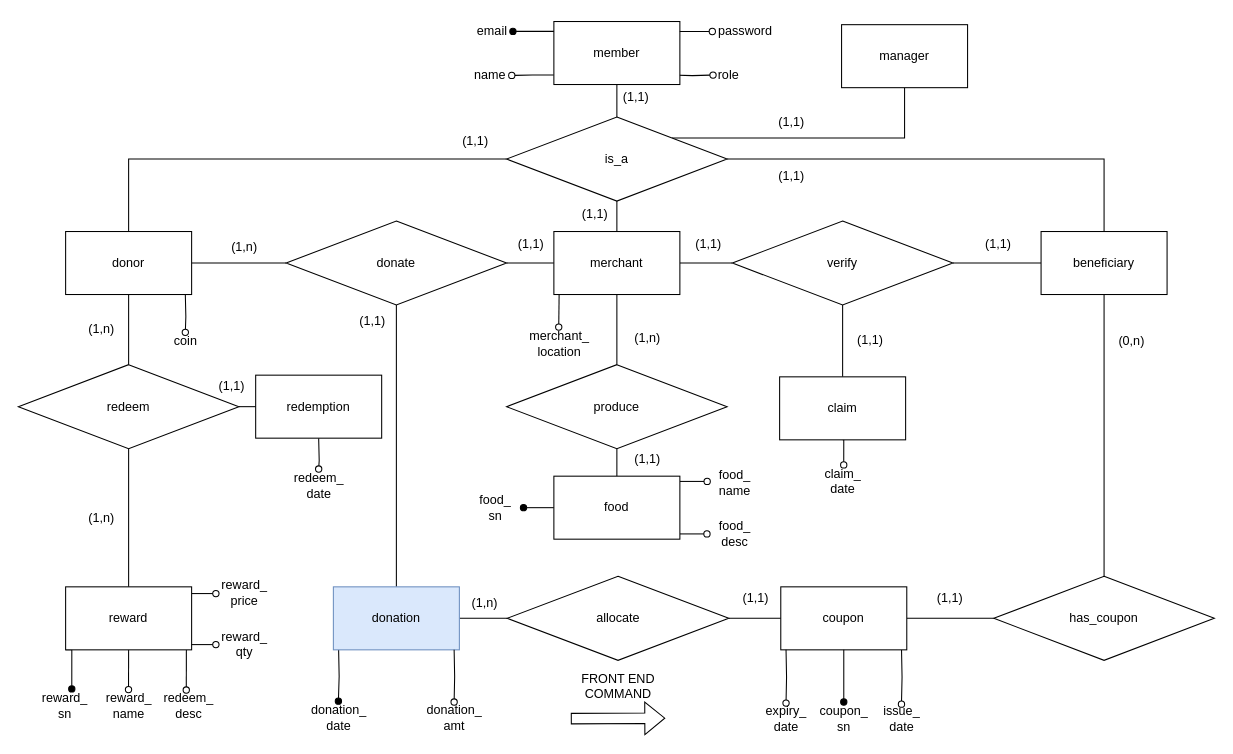
Before: sql/ERModel.drawio in zhermin/LaidLE, a draw.io diagram. Source tidied: cells renumbered, new cells numbered last; positions are measured from the earlier drawing's top-left corner, leaving out a move shared by most shapes. Both pictures are drawn from the tidied source at 105%, with x=0, y=0 at pixel (18, 21).
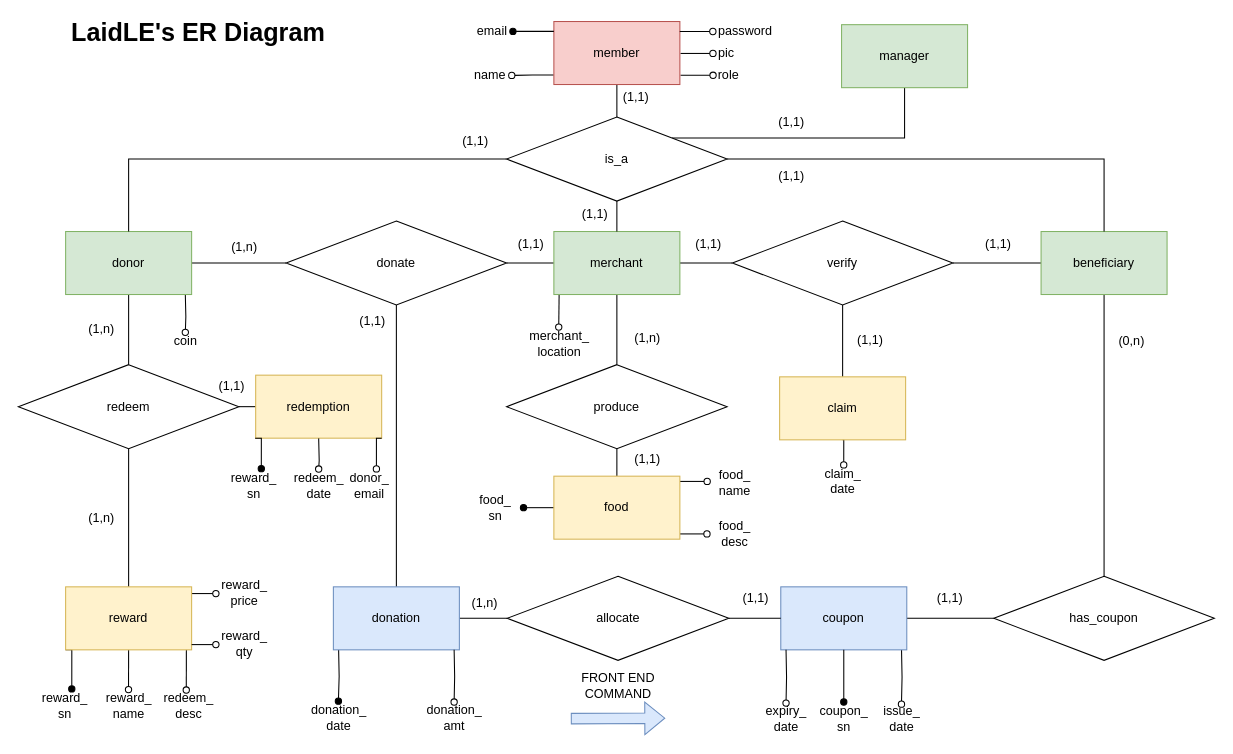
After the change.

Unchanged cells that the change refers to:
```xml
<mxCell id="32" value="role" style="text;html=1;align=center;verticalAlign=middle;points=[];strokeColor=none;fillColor=none;" parent="1" vertex="1">
  <mxGeometry x="661" y="42" width="30" height="18" as="geometry" />
</mxCell>
<mxCell id="38" value="password" style="text;html=1;align=center;verticalAlign=middle;points=[];strokeColor=none;fillColor=none;" parent="1" vertex="1">
  <mxGeometry x="661" width="61" height="18" as="geometry" />
</mxCell>
```

Diff of the diagram source:
```diff
@@
-    <mxCell id="5" value="donor" style="rounded=0;whiteSpace=wrap;html=1;" parent="1" vertex="1">
+    <mxCell id="5" value="donor" style="rounded=0;whiteSpace=wrap;html=1;fillColor=#d5e8d4;strokeColor=#82b366;" parent="1" vertex="1">
       <mxGeometry x="45" y="200" width="120" height="60" as="geometry" />
     </mxCell>
@@
-    <mxCell id="15" value="merchant" style="whiteSpace=wrap;html=1;rounded=0;" parent="1" vertex="1">
+    <mxCell id="15" value="merchant" style="whiteSpace=wrap;html=1;rounded=0;fillColor=#d5e8d4;strokeColor=#82b366;" parent="1" vertex="1">
       <mxGeometry x="510" y="200" width="120" height="60" as="geometry" />
     </mxCell>
@@
-    <mxCell id="20" value="beneficiary" style="whiteSpace=wrap;html=1;rounded=0;" parent="1" vertex="1">
+    <mxCell id="20" value="beneficiary" style="whiteSpace=wrap;html=1;rounded=0;fillColor=#d5e8d4;strokeColor=#82b366;" parent="1" vertex="1">
       <mxGeometry x="974" y="200" width="120" height="60" as="geometry" />
     </mxCell>
@@
-    <mxCell id="22" style="shape=flexArrow;endArrow=classic;html=1;rounded=0;" parent="1" edge="1">
+    <mxCell id="22" style="shape=flexArrow;endArrow=classic;html=1;rounded=0;fillColor=#dae8fc;strokeColor=#6c8ebf;" parent="1" edge="1">
       <mxGeometry relative="1" as="geometry">
         <mxPoint x="526.1" y="663.9" as="sourcePoint" />
         <mxPoint x="616.1" y="663.5" as="targetPoint" />
       </mxGeometry>
     </mxCell>
@@
-    <mxCell id="29" style="edgeStyle=orthogonalEdgeStyle;rounded=0;jettySize=auto;html=1;exitX=1;exitY=0.5;exitDx=0;exitDy=0;endArrow=oval;endFill=0;entryX=0.019;entryY=0.499;entryDx=0;entryDy=0;entryPerimeter=0;" parent="1" edge="1" target="32">
-      <mxGeometry relative="1" as="geometry">
-        <mxPoint x="621" y="51" as="sourcePoint" />
-      </mxGeometry>
+    <mxCell id="29" style="edgeStyle=orthogonalEdgeStyle;rounded=0;jettySize=auto;html=1;exitX=1.005;exitY=0.853;exitDx=0;exitDy=0;endArrow=oval;endFill=0;entryX=0.019;entryY=0.499;entryDx=0;entryDy=0;entryPerimeter=0;exitPerimeter=0;" parent="1" edge="1" source="31" target="32">
+      <mxGeometry relative="1" as="geometry" />
     </mxCell>
@@
-    <mxCell id="31" value="member" style="whiteSpace=wrap;html=1;rounded=0;" parent="1" vertex="1">
+    <mxCell id="31" value="member" style="whiteSpace=wrap;html=1;rounded=0;fillColor=#f8cecc;strokeColor=#b85450;" parent="1" vertex="1">
       <mxGeometry x="510" width="120" height="60" as="geometry" />
     </mxCell>
@@
-    <mxCell id="33" value="manager" style="rounded=0;whiteSpace=wrap;html=1;" parent="1" vertex="1">
+    <mxCell id="33" value="manager" style="rounded=0;whiteSpace=wrap;html=1;fillColor=#d5e8d4;strokeColor=#82b366;" parent="1" vertex="1">
       <mxGeometry x="784" y="3" width="120" height="60" as="geometry" />
     </mxCell>
@@
-    <mxCell id="37" style="edgeStyle=orthogonalEdgeStyle;rounded=0;jettySize=auto;html=1;endArrow=oval;endFill=0;entryX=-0.002;entryY=0.505;entryDx=0;entryDy=0;entryPerimeter=0;exitX=0.999;exitY=0.159;exitDx=0;exitDy=0;exitPerimeter=0;" parent="1" edge="1" source="31" target="38">
+    <mxCell id="37" style="edgeStyle=orthogonalEdgeStyle;rounded=0;jettySize=auto;html=1;endArrow=oval;endFill=0;entryX=0.007;entryY=0.519;entryDx=0;entryDy=0;entryPerimeter=0;exitX=0.999;exitY=0.159;exitDx=0;exitDy=0;exitPerimeter=0;" parent="1" edge="1" source="31" target="38">
       <mxGeometry relative="1" as="geometry" />
     </mxCell>
@@
-    <mxCell id="42" value="coupon" style="whiteSpace=wrap;html=1;" parent="1" vertex="1">
+    <mxCell id="42" value="coupon" style="whiteSpace=wrap;html=1;fillColor=#dae8fc;strokeColor=#6c8ebf;" parent="1" vertex="1">
       <mxGeometry x="726.1" y="538.4" width="120" height="60" as="geometry" />
     </mxCell>
@@
-    <mxCell id="71" value="claim" style="whiteSpace=wrap;html=1;" parent="1" vertex="1">
+    <mxCell id="71" value="claim" style="whiteSpace=wrap;html=1;fillColor=#fff2cc;strokeColor=#d6b656;" parent="1" vertex="1">
       <mxGeometry x="725" y="338.4" width="120" height="60" as="geometry" />
     </mxCell>
@@
-    <mxCell id="77" value="food" style="whiteSpace=wrap;html=1;rounded=0;" parent="1" vertex="1">
+    <mxCell id="77" value="food" style="whiteSpace=wrap;html=1;rounded=0;fillColor=#fff2cc;strokeColor=#d6b656;" parent="1" vertex="1">
       <mxGeometry x="510" y="433" width="120" height="60" as="geometry" />
     </mxCell>
@@
-    <mxCell id="86" value="redemption" style="rounded=0;whiteSpace=wrap;html=1;glass=0;" parent="1" vertex="1">
+    <mxCell id="86" value="redemption" style="rounded=0;whiteSpace=wrap;html=1;glass=0;fillColor=#fff2cc;strokeColor=#d6b656;" parent="1" vertex="1">
       <mxGeometry x="226" y="336.8" width="120" height="60" as="geometry" />
     </mxCell>
@@
-    <mxCell id="93" value="reward" style="rounded=0;whiteSpace=wrap;html=1;glass=0;" parent="1" vertex="1">
+    <mxCell id="93" value="reward" style="rounded=0;whiteSpace=wrap;html=1;glass=0;fillColor=#fff2cc;strokeColor=#d6b656;" parent="1" vertex="1">
       <mxGeometry x="45" y="538.4" width="120" height="60" as="geometry" />
     </mxCell>
@@
+    <mxCell id="104" style="edgeStyle=orthogonalEdgeStyle;rounded=0;jettySize=auto;html=1;exitX=1.006;exitY=0.556;exitDx=0;exitDy=0;endArrow=oval;endFill=0;entryX=0.019;entryY=0.499;entryDx=0;entryDy=0;entryPerimeter=0;exitPerimeter=0;" parent="1" edge="1" target="105">
+      <mxGeometry relative="1" as="geometry">
+        <mxPoint x="630.7" y="30.4" as="sourcePoint" />
+      </mxGeometry>
+    </mxCell>
+    <mxCell id="105" value="pic" style="text;html=1;align=center;verticalAlign=middle;points=[];strokeColor=none;fillColor=none;" parent="1" vertex="1">
+      <mxGeometry x="661" y="21" width="25" height="18" as="geometry" />
+    </mxCell>
+    <mxCell id="106" style="edgeStyle=orthogonalEdgeStyle;rounded=0;jettySize=auto;html=1;exitX=0;exitY=1;exitDx=0;exitDy=0;entryX=0.639;entryY=-0.01;entryDx=0;entryDy=0;entryPerimeter=0;endArrow=oval;endFill=1;" parent="1" edge="1" target="107">
+      <mxGeometry relative="1" as="geometry">
+        <mxPoint x="225.5" y="396.8" as="sourcePoint" />
+      </mxGeometry>
+    </mxCell>
+    <mxCell id="107" value="reward_&lt;br&gt;sn" style="text;html=1;align=center;verticalAlign=middle;points=[];strokeColor=none;fillColor=none;fontColor=#000000;" parent="1" vertex="1">
+      <mxGeometry x="197.5" y="426.2" width="53" height="32" as="geometry" />
+    </mxCell>
+    <mxCell id="108" style="edgeStyle=orthogonalEdgeStyle;rounded=0;jettySize=auto;html=1;exitX=1;exitY=1;exitDx=0;exitDy=0;entryX=0.656;entryY=-0.003;entryDx=0;entryDy=0;entryPerimeter=0;endArrow=oval;endFill=0;" parent="1" edge="1" source="86" target="109">
+      <mxGeometry relative="1" as="geometry" />
+    </mxCell>
+    <mxCell id="109" value="donor_&lt;br&gt;email" style="text;html=1;align=center;verticalAlign=middle;points=[];strokeColor=none;fillColor=none;" parent="1" vertex="1">
+      <mxGeometry x="309.5" y="426.2" width="48" height="32" as="geometry" />
+    </mxCell>
+    <mxCell id="110" value="&lt;font style=&quot;font-size: 24px&quot;&gt;&lt;b&gt;LaidLE's ER Diagram&lt;/b&gt;&lt;/font&gt;" style="text;html=1;align=center;verticalAlign=middle;strokeColor=none;fillColor=none;" parent="1" vertex="1">
+      <mxGeometry x="45" width="252" height="22" as="geometry" />
+    </mxCell>
```
